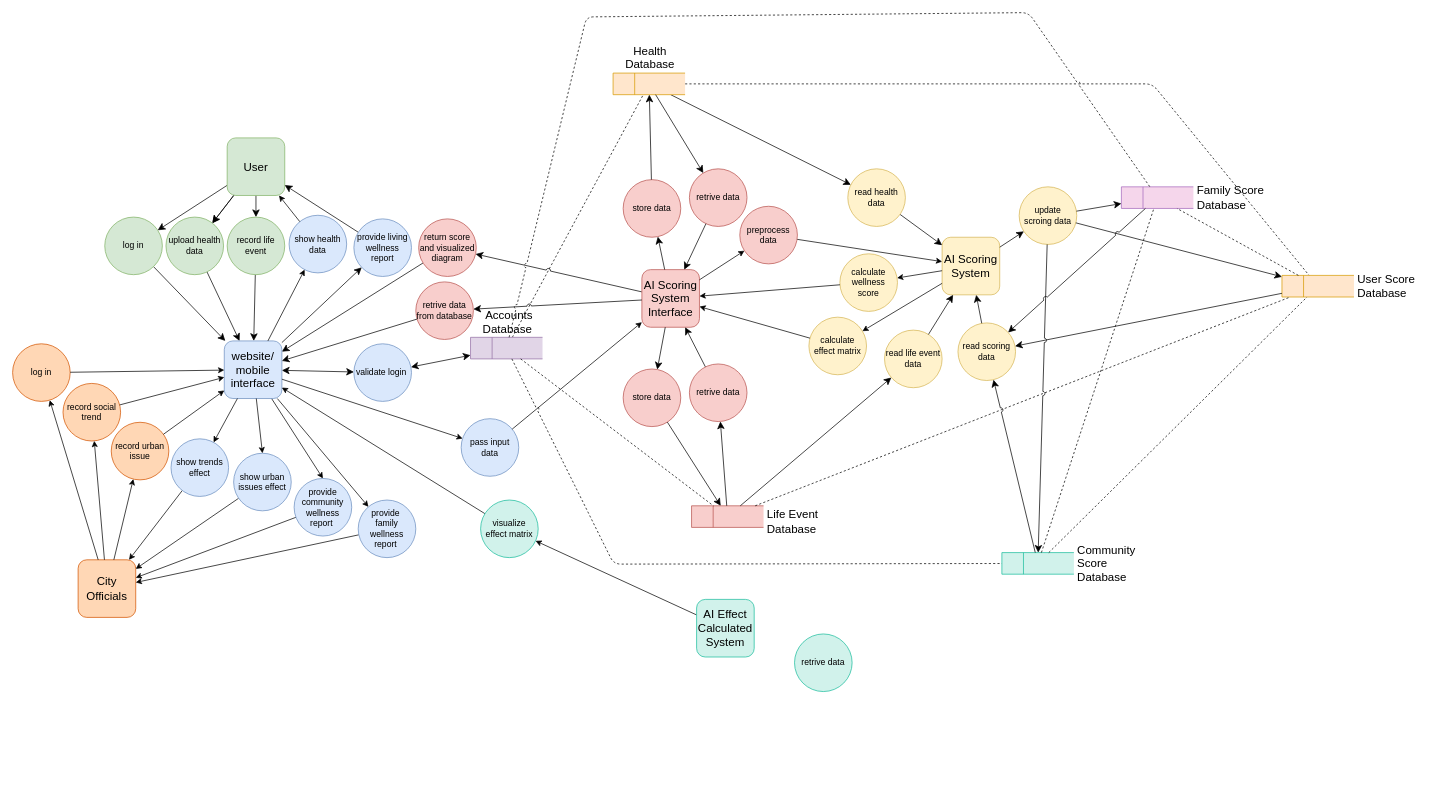
yfeng445/NEU keeps this draw.io diagram as page "detailed DFD" (1 of 2) of 1/INFO 5100/Asmts/Group Assignment 1/Deliverables/Data Flow Diagram.drawio. Above is the earlier version. Source tidied: cells renumbered, new cells numbered last; positions are measured from the earlier drawing's top-left corner, leaving out a move shared by most shapes. Both pictures are drawn from the tidied source at 72%, with x=0, y=0 at pixel (12, 12).
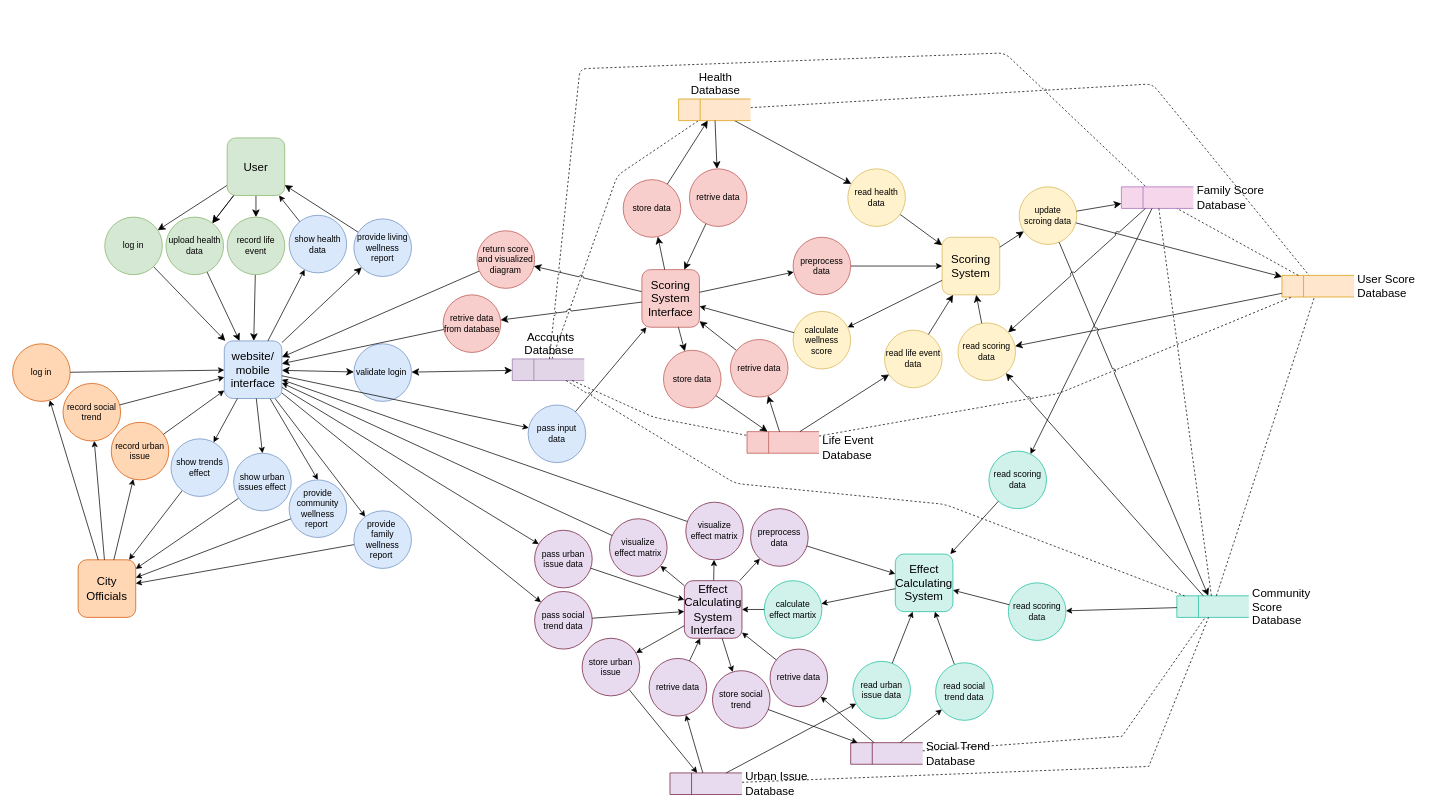
Above is the later version.

Unchanged cells that the change refers to:
```xml
<mxCell id="22" value="website/&lt;div&gt;mobile interface&lt;/div&gt;" style="whiteSpace=wrap;html=1;fontSize=16;rounded=1;fillColor=#dae8fc;strokeColor=#6c8ebf;" parent="1" vertex="1">
  <mxGeometry x="294" y="456" width="80" height="80" as="geometry" />
</mxCell>
<mxCell id="28" value="User Score Database" style="html=1;dashed=0;whiteSpace=wrap;shape=mxgraph.dfd.dataStoreID;align=left;spacingLeft=3;points=[[0,0],[0.5,0],[1,0],[0,0.5],[1,0.5],[0,1],[0.5,1],[1,1]];fontSize=16;labelPosition=right;verticalLabelPosition=middle;verticalAlign=middle;fillColor=#ffe6cc;strokeColor=#d79b00;" parent="1" vertex="1">
  <mxGeometry x="1763" y="365" width="100" height="30" as="geometry" />
</mxCell>
<mxCell id="91" value="Family Score Database" style="html=1;dashed=0;whiteSpace=wrap;shape=mxgraph.dfd.dataStoreID;align=left;spacingLeft=3;points=[[0,0],[0.5,0],[1,0],[0,0.5],[1,0.5],[0,1],[0.5,1],[1,1]];fontSize=16;labelPosition=right;verticalLabelPosition=middle;verticalAlign=middle;fillColor=#f5d6eb;strokeColor=#a569bd;" parent="1" vertex="1">
  <mxGeometry x="1540" y="242" width="100" height="30" as="geometry" />
</mxCell>
```

Diff of the diagram source:
```diff
@@
     <mxCell id="2" style="edgeStyle=none;rounded=1;jettySize=auto;html=1;fontSize=12;startSize=8;endSize=8;endArrow=none;endFill=0;dashed=1;jumpStyle=arc;" parent="1" edge="1" source="29" target="25">
-      <mxGeometry relative="1" as="geometry" />
+      <mxGeometry relative="1" as="geometry">
+        <Array as="points">
+          <mxPoint x="840" y="226" />
+        </Array>
+      </mxGeometry>
     </mxCell>
@@
-    <mxCell id="10" style="rounded=0;jettySize=auto;html=1;" parent="1" edge="1" source="112" target="49">
+    <mxCell id="10" style="rounded=0;jettySize=auto;html=1;" parent="1" edge="1" source="131" target="49">
       <mxGeometry relative="1" as="geometry" />
     </mxCell>
-    <mxCell id="11" value="AI Scoring System Interface" style="whiteSpace=wrap;html=1;fontSize=16;rounded=1;fillColor=#f8cecc;strokeColor=#b85450;" parent="1" vertex="1">
+    <mxCell id="11" value="Scoring System Interface" style="whiteSpace=wrap;html=1;fontSize=16;rounded=1;fillColor=#f8cecc;strokeColor=#b85450;" parent="1" vertex="1">
       <mxGeometry x="874" y="357" width="80" height="80" as="geometry" />
     </mxCell>
@@
     <mxCell id="13" value="return score and visualized diagram" style="ellipse;whiteSpace=wrap;html=1;fontSize=12;fillColor=#f8cecc;strokeColor=#b85450;" parent="1" vertex="1">
-      <mxGeometry x="564" y="286.5" width="80" height="80" as="geometry" />
+      <mxGeometry x="645" y="303" width="80" height="80" as="geometry" />
     </mxCell>
@@
-    <mxCell id="23" value="AI Scoring System" style="whiteSpace=wrap;html=1;fontSize=16;rounded=1;fillColor=#fff2cc;strokeColor=#d6b656;" parent="1" vertex="1">
+    <mxCell id="23" value="Scoring System" style="whiteSpace=wrap;html=1;fontSize=16;rounded=1;fillColor=#fff2cc;strokeColor=#d6b656;" parent="1" vertex="1">
       <mxGeometry x="1291" y="312" width="80" height="80" as="geometry" />
     </mxCell>
@@
     <mxCell id="25" value="Health Database" style="html=1;dashed=0;whiteSpace=wrap;shape=mxgraph.dfd.dataStoreID;align=center;spacingLeft=3;points=[[0,0],[0.5,0],[1,0],[0,0.5],[1,0.5],[0,1],[0.5,1],[1,1]];fontSize=16;labelPosition=center;verticalLabelPosition=top;verticalAlign=bottom;fillColor=#ffe6cc;strokeColor=#d79b00;" parent="1" vertex="1">
-      <mxGeometry x="834" y="84" width="100" height="30" as="geometry" />
+      <mxGeometry x="925" y="120" width="100" height="30" as="geometry" />
     </mxCell>
@@
     <mxCell id="29" value="&amp;nbsp;&lt;span style=&quot;background-color: initial;&quot;&gt;Accounts Database&lt;/span&gt;" style="html=1;dashed=0;whiteSpace=wrap;shape=mxgraph.dfd.dataStoreID;align=center;spacingLeft=3;points=[[0,0],[0.5,0],[1,0],[0,0.5],[1,0.5],[0,1],[0.5,1],[1,1]];fontSize=16;labelPosition=center;verticalLabelPosition=top;verticalAlign=bottom;fillColor=#e1d5e7;strokeColor=#9673a6;" parent="1" vertex="1">
-      <mxGeometry x="636" y="451" width="100" height="30" as="geometry" />
+      <mxGeometry x="694" y="481" width="100" height="30" as="geometry" />
     </mxCell>
@@
     <mxCell id="36" value="provide community wellness report&amp;nbsp;" style="ellipse;whiteSpace=wrap;html=1;fontSize=12;fillColor=#dae8fc;strokeColor=#6c8ebf;" parent="1" vertex="1">
-      <mxGeometry x="391" y="647" width="80" height="80" as="geometry" />
+      <mxGeometry x="384" y="649" width="80" height="80" as="geometry" />
     </mxCell>
@@
     <mxCell id="47" value="provide&amp;nbsp;&lt;div&gt;family wellness report&amp;nbsp;&lt;/div&gt;" style="ellipse;whiteSpace=wrap;html=1;fontSize=12;fillColor=#dae8fc;strokeColor=#6c8ebf;" parent="1" vertex="1">
-      <mxGeometry x="480" y="677" width="80" height="80" as="geometry" />
+      <mxGeometry x="474" y="692" width="80" height="80" as="geometry" />
     </mxCell>
@@
-    <mxCell id="49" value="visualize effect matrix" style="ellipse;whiteSpace=wrap;html=1;fontSize=12;fillColor=#d1f2eb;strokeColor=#1abc9c;" parent="1" vertex="1">
-      <mxGeometry x="650" y="677" width="80" height="80" as="geometry" />
+    <mxCell id="49" value="visualize effect matrix" style="ellipse;whiteSpace=wrap;html=1;fontSize=12;fillColor=#e8daef;strokeColor=#6e1a3a;" parent="1" vertex="1">
+      <mxGeometry x="935" y="680" width="80" height="80" as="geometry" />
     </mxCell>
     <mxCell id="50" value="Life Event Database" style="html=1;dashed=0;whiteSpace=wrap;shape=mxgraph.dfd.dataStoreID;align=left;spacingLeft=3;points=[[0,0],[0.5,0],[1,0],[0,0.5],[1,0.5],[0,1],[0.5,1],[1,1]];fontSize=16;labelPosition=right;verticalLabelPosition=middle;verticalAlign=middlefillColor=#f8cecc;fillColor=#f8cecc;strokeColor=#b85450;" parent="1" vertex="1">
-      <mxGeometry x="943" y="685" width="100" height="30" as="geometry" />
+      <mxGeometry x="1020" y="582" width="100" height="30" as="geometry" />
     </mxCell>
@@
     <mxCell id="52" style="rounded=1;jettySize=auto;html=1;fontSize=12;startSize=8;endSize=8;endArrow=none;endFill=0;dashed=1;jumpStyle=arc;" parent="1" edge="1" source="50" target="28">
-      <mxGeometry relative="1" as="geometry" />
+      <mxGeometry relative="1" as="geometry">
+        <Array as="points">
+          <mxPoint x="1453" y="529" />
+        </Array>
+      </mxGeometry>
     </mxCell>
     <mxCell id="53" style="edgeStyle=none;rounded=1;jettySize=auto;html=1;fontSize=12;startSize=8;endSize=8;endArrow=none;endFill=0;dashed=1;jumpStyle=arc;" parent="1" edge="1" source="29" target="50">
-      <mxGeometry relative="1" as="geometry" />
+      <mxGeometry relative="1" as="geometry">
+        <Array as="points">
+          <mxPoint x="890" y="562" />
+        </Array>
+      </mxGeometry>
     </mxCell>
@@
     <mxCell id="55" value="preprocess data" style="ellipse;whiteSpace=wrap;html=1;fontSize=12;fillColor=#f8cecc;strokeColor=#b85450;" parent="1" vertex="1">
-      <mxGeometry x="1010" y="269" width="80" height="80" as="geometry" />
+      <mxGeometry x="1084" y="312" width="80" height="80" as="geometry" />
     </mxCell>
@@
     <mxCell id="59" value="calculate&lt;div&gt;wellness score&lt;/div&gt;" style="ellipse;whiteSpace=wrap;html=1;fontSize=12;fillColor=#fff2cc;strokeColor=#d6b656;" parent="1" vertex="1">
-      <mxGeometry x="1149" y="335" width="80" height="80" as="geometry" />
+      <mxGeometry x="1084" y="415" width="80" height="80" as="geometry" />
     </mxCell>
-    <mxCell id="60" value="calculate effect matrix" style="ellipse;whiteSpace=wrap;html=1;fontSize=12;fillColor=#fff2cc;strokeColor=#d6b656;" parent="1" vertex="1">
-      <mxGeometry x="1106" y="423" width="80" height="80" as="geometry" />
-    </mxCell>
-    <mxCell id="61" style="rounded=0;jettySize=auto;html=1;" parent="1" edge="1" source="23" target="60">
-      <mxGeometry relative="1" as="geometry" />
-    </mxCell>
@@
     <mxCell id="64" value="retrive data from database" style="ellipse;whiteSpace=wrap;html=1;fontSize=12;fillColor=#f8cecc;strokeColor=#b85450;" parent="1" vertex="1">
-      <mxGeometry x="560" y="374" width="80" height="80" as="geometry" />
+      <mxGeometry x="598" y="392" width="80" height="80" as="geometry" />
     </mxCell>
@@
     <mxCell id="67" value="pass input data" style="ellipse;whiteSpace=wrap;html=1;fontSize=12;fillColor=#dae8fc;strokeColor=#6c8ebf;" parent="1" vertex="1">
-      <mxGeometry x="623" y="564" width="80" height="80" as="geometry" />
+      <mxGeometry x="716" y="545" width="80" height="80" as="geometry" />
     </mxCell>
@@
     <mxCell id="71" value="store data" style="ellipse;whiteSpace=wrap;html=1;fontSize=12;fillColor=#f8cecc;strokeColor=#b85450;" parent="1" vertex="1">
-      <mxGeometry x="848" y="495" width="80" height="80" as="geometry" />
+      <mxGeometry x="904" y="469" width="80" height="80" as="geometry" />
     </mxCell>
@@
     <mxCell id="79" value="retrive data" style="ellipse;whiteSpace=wrap;html=1;fontSize=12;fillColor=#f8cecc;strokeColor=#b85450;" parent="1" vertex="1">
-      <mxGeometry x="940" y="488" width="80" height="80" as="geometry" />
+      <mxGeometry x="997" y="454" width="80" height="80" as="geometry" />
     </mxCell>
@@
-    <mxCell id="82" style="rounded=0;jettySize=auto;html=1;" parent="1" edge="1" source="60" target="11">
-      <mxGeometry relative="1" as="geometry" />
-    </mxCell>
@@
     <mxCell id="92" value="Community Score Database" style="html=1;dashed=0;whiteSpace=wrap;shape=mxgraph.dfd.dataStoreID;align=left;spacingLeft=3;points=[[0,0],[0.5,0],[1,0],[0,0.5],[1,0.5],[0,1],[0.5,1],[1,1]];fontSize=16;labelPosition=right;verticalLabelPosition=middle;verticalAlign=middle;fillColor=#d1f2eb;strokeColor=#1abc9c;" parent="1" vertex="1">
-      <mxGeometry x="1374" y="750" width="100" height="30" as="geometry" />
+      <mxGeometry x="1617" y="810" width="100" height="30" as="geometry" />
     </mxCell>
     <mxCell id="93" style="edgeStyle=none;rounded=1;jettySize=auto;html=1;fontSize=12;startSize=8;endSize=8;endArrow=none;endFill=0;dashed=1;jumpStyle=arc;" parent="1" edge="1" source="29" target="91">
       <mxGeometry relative="1" as="geometry">
         <Array as="points">
-          <mxPoint x="797" y="6" />
-          <mxPoint x="1411" />
+          <mxPoint x="788" y="78" />
+          <mxPoint x="1378" y="56" />
         </Array>
       </mxGeometry>
     </mxCell>
     <mxCell id="94" style="edgeStyle=none;rounded=1;jettySize=auto;html=1;fontSize=12;startSize=8;endSize=8;endArrow=none;endFill=0;dashed=1;jumpStyle=arc;" parent="1" edge="1" source="29" target="92">
       <mxGeometry relative="1" as="geometry">
         <Array as="points">
-          <mxPoint x="835" y="766" />
-          <mxPoint x="1104" y="766" />
+          <mxPoint x="1004" y="654" />
+          <mxPoint x="1295" y="683" />
         </Array>
       </mxGeometry>
     </mxCell>
@@
-    <mxCell id="111" value="retrive data" style="ellipse;whiteSpace=wrap;html=1;fontSize=12;fillColor=#d1f2eb;strokeColor=#1abc9c;" parent="1" vertex="1">
-      <mxGeometry x="1086" y="863" width="80" height="80" as="geometry" />
+    <mxCell id="111" value="read scoring data" style="ellipse;whiteSpace=wrap;html=1;fontSize=12;fillColor=#d1f2eb;strokeColor=#1abc9c;" parent="1" vertex="1">
+      <mxGeometry x="1383" y="792" width="80" height="80" as="geometry" />
     </mxCell>
-    <mxCell id="112" value="AI Effect Calculated System" style="whiteSpace=wrap;html=1;fontSize=16;rounded=1;fillColor=#d1f2eb;strokeColor=#1abc9c;" parent="1" vertex="1">
-      <mxGeometry x="950" y="815" width="80" height="80" as="geometry" />
+    <mxCell id="112" value="Effect Calculating System" style="whiteSpace=wrap;html=1;fontSize=16;rounded=1;fillColor=#d1f2eb;strokeColor=#1abc9c;" parent="1" vertex="1">
+      <mxGeometry x="1226" y="752" width="80" height="80" as="geometry" />
     </mxCell>
+    <mxCell id="113" value="pass social trend data" style="ellipse;whiteSpace=wrap;html=1;fontSize=12;fillColor=#e8daef;strokeColor=#6e1a3a;" parent="1" vertex="1">
+      <mxGeometry x="725" y="804" width="80" height="80" as="geometry" />
+    </mxCell>
+    <mxCell id="114" style="rounded=0;jettySize=auto;html=1;" parent="1" edge="1" source="22" target="113">
+      <mxGeometry relative="1" as="geometry" />
+    </mxCell>
+    <mxCell id="115" style="rounded=0;jettySize=auto;html=1;" parent="1" edge="1" source="111" target="112">
+      <mxGeometry relative="1" as="geometry" />
+    </mxCell>
+    <mxCell id="116" style="rounded=0;jettySize=auto;html=1;" parent="1" edge="1" source="92" target="111">
+      <mxGeometry relative="1" as="geometry" />
+    </mxCell>
+    <mxCell id="117" value="read scoring data" style="ellipse;whiteSpace=wrap;html=1;fontSize=12;fillColor=#d1f2eb;strokeColor=#1abc9c;" parent="1" vertex="1">
+      <mxGeometry x="1356" y="609" width="80" height="80" as="geometry" />
+    </mxCell>
+    <mxCell id="118" style="rounded=0;jettySize=auto;html=1;" parent="1" edge="1" source="91" target="117">
+      <mxGeometry relative="1" as="geometry" />
+    </mxCell>
+    <mxCell id="119" style="rounded=0;jettySize=auto;html=1;" parent="1" edge="1" source="117" target="112">
+      <mxGeometry relative="1" as="geometry" />
+    </mxCell>
+    <mxCell id="120" value="Urban Issue Database" style="html=1;dashed=0;whiteSpace=wrap;shape=mxgraph.dfd.dataStoreID;align=left;spacingLeft=3;points=[[0,0],[0.5,0],[1,0],[0,0.5],[1,0.5],[0,1],[0.5,1],[1,1]];fontSize=16;labelPosition=right;verticalLabelPosition=middle;verticalAlign=middle;fillColor=#e8daef;strokeColor=#6e1a3a;" parent="1" vertex="1">
+      <mxGeometry x="913" y="1056" width="100" height="30" as="geometry" />
+    </mxCell>
+    <mxCell id="121" value="Social Trend Database" style="html=1;dashed=0;whiteSpace=wrap;shape=mxgraph.dfd.dataStoreID;align=left;spacingLeft=3;points=[[0,0],[0.5,0],[1,0],[0,0.5],[1,0.5],[0,1],[0.5,1],[1,1]];fontSize=16;labelPosition=right;verticalLabelPosition=middle;verticalAlign=middle;fillColor=#e8daef;strokeColor=#6e1a3a;" parent="1" vertex="1">
+      <mxGeometry x="1164" y="1014" width="100" height="30" as="geometry" />
+    </mxCell>
+    <mxCell id="122" style="endArrow=none;dashed=1;html=1;rounded=0;" parent="1" edge="1" source="121" target="92">
+      <mxGeometry relative="1" as="geometry">
+        <Array as="points">
+          <mxPoint x="1541" y="1005" />
+        </Array>
+      </mxGeometry>
+    </mxCell>
+    <mxCell id="123" style="endArrow=none;dashed=1;html=1;rounded=0;" parent="1" edge="1" source="120" target="92">
+      <mxGeometry relative="1" as="geometry">
+        <Array as="points">
+          <mxPoint x="1578" y="1047" />
+        </Array>
+      </mxGeometry>
+    </mxCell>
+    <mxCell id="124" style="rounded=0;jettySize=auto;html=1;" parent="1" edge="1" source="131" target="136">
+      <mxGeometry relative="1" as="geometry" />
+    </mxCell>
+    <mxCell id="125" value="read urban issue data" style="ellipse;whiteSpace=wrap;html=1;fontSize=12;fillColor=#d1f2eb;strokeColor=#1abc9c;" parent="1" vertex="1">
+      <mxGeometry x="1167" y="901" width="80" height="80" as="geometry" />
+    </mxCell>
+    <mxCell id="126" style="rounded=0;jettySize=auto;html=1;" parent="1" edge="1" source="127" target="112">
+      <mxGeometry relative="1" as="geometry" />
+    </mxCell>
+    <mxCell id="127" value="read social trend data" style="ellipse;whiteSpace=wrap;html=1;fontSize=12;fillColor=#d1f2eb;strokeColor=#1abc9c;" parent="1" vertex="1">
+      <mxGeometry x="1282" y="903" width="80" height="80" as="geometry" />
+    </mxCell>
+    <mxCell id="128" style="rounded=0;jettySize=auto;html=1;" parent="1" edge="1" source="125" target="112">
+      <mxGeometry relative="1" as="geometry" />
+    </mxCell>
+    <mxCell id="129" style="rounded=0;jettySize=auto;html=1;" parent="1" edge="1" source="121" target="127">
+      <mxGeometry relative="1" as="geometry" />
+    </mxCell>
+    <mxCell id="130" style="rounded=0;jettySize=auto;html=1;" parent="1" edge="1" source="120" target="125">
+      <mxGeometry relative="1" as="geometry" />
+    </mxCell>
+    <mxCell id="131" value="Effect Calculating System Interface" style="whiteSpace=wrap;html=1;fontSize=16;rounded=1;fillColor=#e8daef;strokeColor=#6e1a3a;" parent="1" vertex="1">
+      <mxGeometry x="933" y="789" width="80" height="80" as="geometry" />
+    </mxCell>
+    <mxCell id="132" value="pass urban issue data" style="ellipse;whiteSpace=wrap;html=1;fontSize=12;fillColor=#e8daef;strokeColor=#6e1a3a;" parent="1" vertex="1">
+      <mxGeometry x="725" y="719" width="80" height="80" as="geometry" />
+    </mxCell>
+    <mxCell id="133" style="rounded=0;jettySize=auto;html=1;" parent="1" edge="1" source="22" target="132">
+      <mxGeometry relative="1" as="geometry" />
+    </mxCell>
+    <mxCell id="134" style="rounded=0;jettySize=auto;html=1;" parent="1" edge="1" source="132" target="131">
+      <mxGeometry relative="1" as="geometry" />
+    </mxCell>
+    <mxCell id="135" style="rounded=0;jettySize=auto;html=1;" parent="1" edge="1" source="113" target="131">
+      <mxGeometry relative="1" as="geometry" />
+    </mxCell>
+    <mxCell id="136" value="store urban issue" style="ellipse;whiteSpace=wrap;html=1;fontSize=12;fillColor=#e8daef;strokeColor=#6e1a3a;" parent="1" vertex="1">
+      <mxGeometry x="791" y="869" width="80" height="80" as="geometry" />
+    </mxCell>
+    <mxCell id="137" value="store social trend" style="ellipse;whiteSpace=wrap;html=1;fontSize=12;fillColor=#e8daef;strokeColor=#6e1a3a;" parent="1" vertex="1">
+      <mxGeometry x="972" y="914" width="80" height="80" as="geometry" />
+    </mxCell>
+    <mxCell id="138" style="rounded=0;jettySize=auto;html=1;" parent="1" edge="1" source="136" target="120">
+      <mxGeometry relative="1" as="geometry" />
+    </mxCell>
+    <mxCell id="139" style="rounded=0;jettySize=auto;html=1;" parent="1" edge="1" source="131" target="137">
+      <mxGeometry relative="1" as="geometry" />
+    </mxCell>
+    <mxCell id="140" style="rounded=0;jettySize=auto;html=1;" parent="1" edge="1" source="137" target="121">
+      <mxGeometry relative="1" as="geometry" />
+    </mxCell>
+    <mxCell id="141" value="preprocess data" style="ellipse;whiteSpace=wrap;html=1;fontSize=12;fillColor=#e8daef;strokeColor=#6e1a3a;" parent="1" vertex="1">
+      <mxGeometry x="1025" y="689" width="80" height="80" as="geometry" />
+    </mxCell>
+    <mxCell id="142" value="retrive data" style="ellipse;whiteSpace=wrap;html=1;fontSize=12;fillColor=#e8daef;strokeColor=#6e1a3a;" parent="1" vertex="1">
+      <mxGeometry x="1052" y="884" width="80" height="80" as="geometry" />
+    </mxCell>
+    <mxCell id="143" value="retrive data" style="ellipse;whiteSpace=wrap;html=1;fontSize=12;fillColor=#e8daef;strokeColor=#6e1a3a;" parent="1" vertex="1">
+      <mxGeometry x="884" y="897" width="80" height="80" as="geometry" />
+    </mxCell>
+    <mxCell id="144" style="rounded=0;jettySize=auto;html=1;" parent="1" edge="1" source="120" target="143">
+      <mxGeometry relative="1" as="geometry" />
+    </mxCell>
+    <mxCell id="145" style="rounded=0;jettySize=auto;html=1;" parent="1" edge="1" source="143" target="131">
+      <mxGeometry relative="1" as="geometry" />
+    </mxCell>
+    <mxCell id="146" style="rounded=0;jettySize=auto;html=1;" parent="1" edge="1" source="142" target="131">
+      <mxGeometry relative="1" as="geometry" />
+    </mxCell>
+    <mxCell id="147" style="rounded=0;jettySize=auto;html=1;" parent="1" edge="1" source="121" target="142">
+      <mxGeometry relative="1" as="geometry" />
+    </mxCell>
+    <mxCell id="148" style="rounded=0;jettySize=auto;html=1;" parent="1" edge="1" source="131" target="141">
+      <mxGeometry relative="1" as="geometry" />
+    </mxCell>
+    <mxCell id="149" style="rounded=0;jettySize=auto;html=1;" parent="1" edge="1" source="141" target="112">
+      <mxGeometry relative="1" as="geometry" />
+    </mxCell>
+    <mxCell id="150" value="visualize effect matrix" style="ellipse;whiteSpace=wrap;html=1;fontSize=12;fillColor=#e8daef;strokeColor=#6e1a3a;" parent="1" vertex="1">
+      <mxGeometry x="829" y="703" width="80" height="80" as="geometry" />
+    </mxCell>
+    <mxCell id="151" style="rounded=0;jettySize=auto;html=1;" parent="1" edge="1" source="150" target="22">
+      <mxGeometry relative="1" as="geometry" />
+    </mxCell>
+    <mxCell id="152" style="rounded=0;jettySize=auto;html=1;" parent="1" edge="1" source="131" target="150">
+      <mxGeometry relative="1" as="geometry" />
+    </mxCell>
+    <mxCell id="153" value="calculate effect martix" style="ellipse;whiteSpace=wrap;html=1;fontSize=12;fillColor=#d1f2eb;strokeColor=#1abc9c;" parent="1" vertex="1">
+      <mxGeometry x="1044" y="789" width="80" height="80" as="geometry" />
+    </mxCell>
+    <mxCell id="154" style="rounded=0;jettySize=auto;html=1;" parent="1" edge="1" source="112" target="153">
+      <mxGeometry relative="1" as="geometry" />
+    </mxCell>
+    <mxCell id="155" style="rounded=0;jettySize=auto;html=1;" parent="1" edge="1" source="153" target="131">
+      <mxGeometry relative="1" as="geometry" />
+    </mxCell>
```
